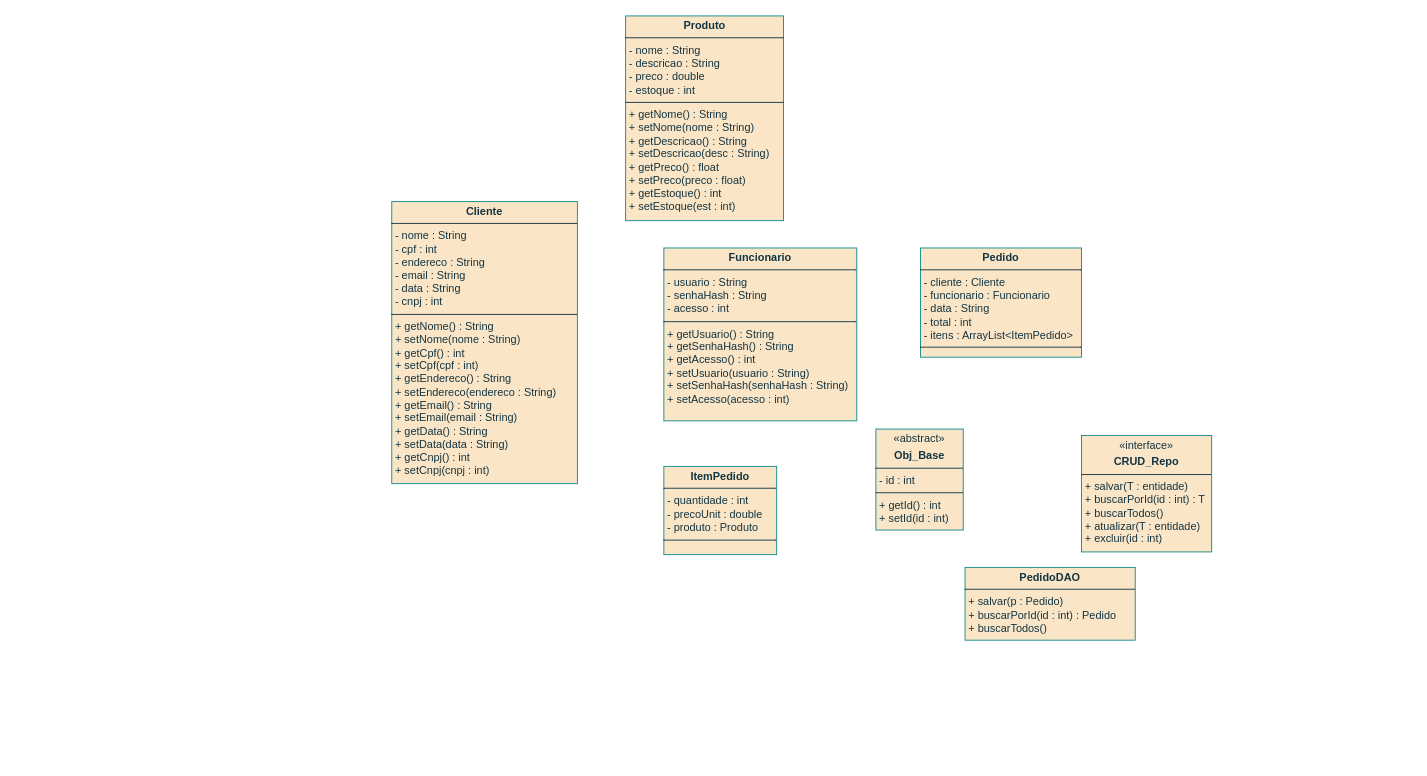
Earlier version of the draw.io diagram Umbrello_UML/Diagrama_classes.drawio (Kerlon-HSR/SystemDeploy_ISA). Source tidied: cells renumbered, new cells numbered last; positions are measured from the earlier drawing's top-left corner, leaving out a move shared by most shapes. Both pictures are drawn from the tidied source at 91%, with x=0, y=0 at pixel (391, 15).
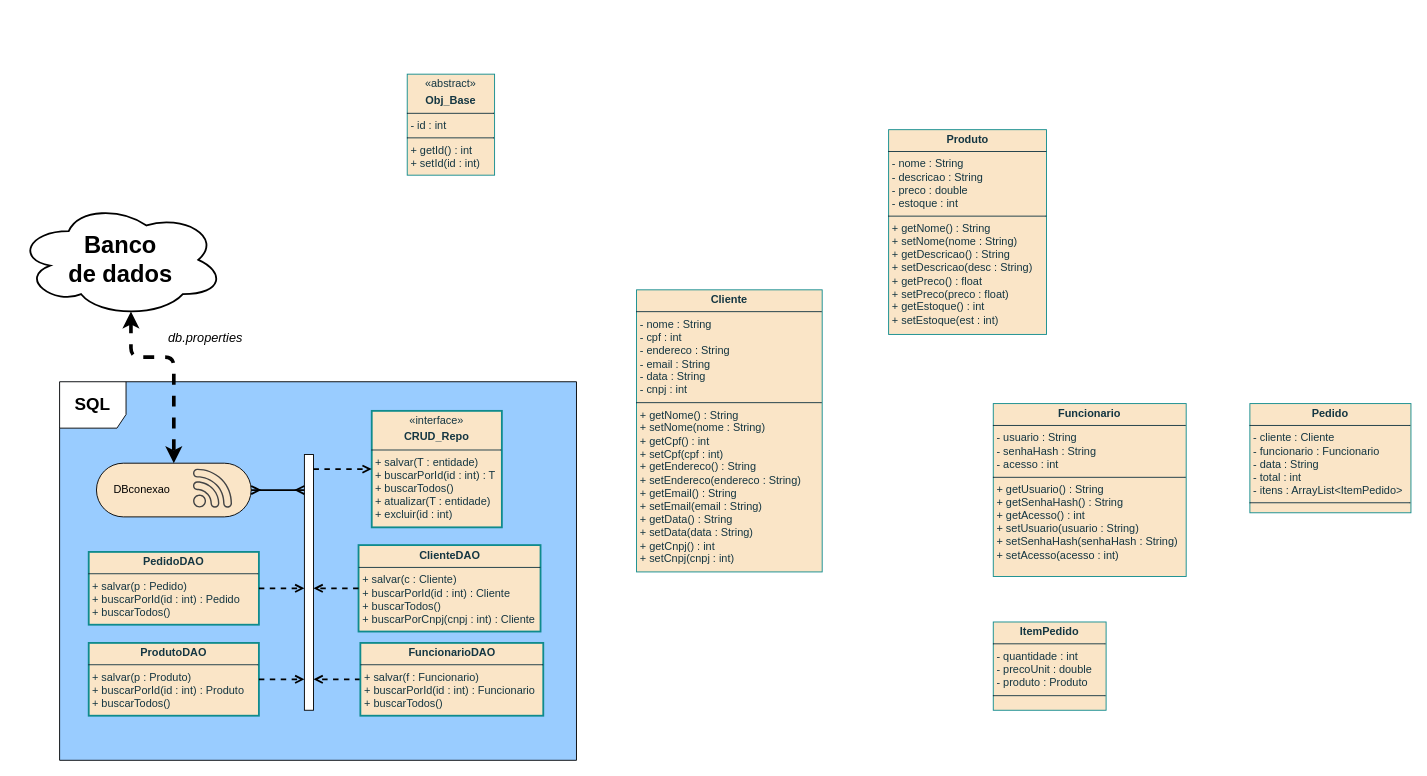
The same diagram, later.

The edit, as a diff of the source:
```diff
@@
+    <mxCell id="10" value="&lt;font style=&quot;font-size: 19px;&quot;&gt;&lt;b&gt;SQL&lt;/b&gt;&lt;/font&gt;" style="shape=umlFrame;whiteSpace=wrap;html=1;width=73;height=51;fillColor=default;gradientColor=none;swimlaneFillColor=#99CCFF;" parent="1" vertex="1">
+      <mxGeometry x="-365" y="402" width="568" height="416" as="geometry" />
+    </mxCell>
     <mxCell id="2" value="&lt;p style=&quot;margin:0px;margin-top:4px;text-align:center;&quot;&gt;&lt;b style=&quot;&quot;&gt;Funcionario&lt;/b&gt;&lt;/p&gt;&lt;hr size=&quot;1&quot; style=&quot;border-style:solid;&quot;&gt;&lt;div style=&quot;color: rgb(0, 0, 0);&quot;&gt;&lt;p style=&quot;margin: 0px 0px 0px 4px; color: rgb(20, 54, 66);&quot;&gt;- usuario : String&lt;/p&gt;&lt;p style=&quot;margin: 0px 0px 0px 4px; color: rgb(20, 54, 66);&quot;&gt;- senhaHash : String&lt;/p&gt;&lt;p style=&quot;margin: 0px 0px 0px 4px; color: rgb(20, 54, 66);&quot;&gt;- acesso : int&lt;/p&gt;&lt;/div&gt;&lt;hr size=&quot;1&quot; style=&quot;border-style:solid;&quot;&gt;&lt;p style=&quot;margin:0px;margin-left:4px;&quot;&gt;+ getUsuario() : String&lt;/p&gt;&lt;p style=&quot;margin:0px;margin-left:4px;&quot;&gt;+ getSenhaHash() : String&lt;/p&gt;&lt;p style=&quot;margin:0px;margin-left:4px;&quot;&gt;+ getAcesso() : int&lt;/p&gt;&lt;p style=&quot;margin:0px;margin-left:4px;&quot;&gt;+ setUsuario(usuario : String)&lt;/p&gt;&lt;p style=&quot;margin:0px;margin-left:4px;&quot;&gt;+ setSenhaHash(senhaHash : String)&lt;/p&gt;&lt;p style=&quot;margin:0px;margin-left:4px;&quot;&gt;+ setAcesso(acesso : int)&lt;/p&gt;" style="verticalAlign=top;align=left;overflow=fill;html=1;whiteSpace=wrap;strokeColor=#0F8B8D;fontColor=#143642;fillColor=#FAE5C7;" parent="1" vertex="1">
-      <mxGeometry x="299" y="255" width="212" height="190" as="geometry" />
+      <mxGeometry x="661" y="426" width="212" height="190" as="geometry" />
     </mxCell>
     <mxCell id="3" value="&lt;p style=&quot;margin:0px;margin-top:4px;text-align:center;&quot;&gt;&lt;b style=&quot;&quot;&gt;Pedido&lt;/b&gt;&lt;/p&gt;&lt;hr size=&quot;1&quot; style=&quot;border-style:solid;&quot;&gt;&lt;div style=&quot;color: rgb(0, 0, 0);&quot;&gt;&lt;p style=&quot;margin: 0px 0px 0px 4px; color: rgb(20, 54, 66);&quot;&gt;- cliente : Cliente&lt;/p&gt;&lt;p style=&quot;margin: 0px 0px 0px 4px; color: rgb(20, 54, 66);&quot;&gt;- funcionario : Funcionario&lt;/p&gt;&lt;p style=&quot;margin: 0px 0px 0px 4px; color: rgb(20, 54, 66);&quot;&gt;- data : String&lt;/p&gt;&lt;p style=&quot;margin: 0px 0px 0px 4px; color: rgb(20, 54, 66);&quot;&gt;- total : int&lt;/p&gt;&lt;p style=&quot;margin: 0px 0px 0px 4px; color: rgb(20, 54, 66);&quot;&gt;- itens : ArrayList&amp;lt;ItemPedido&amp;gt;&lt;/p&gt;&lt;/div&gt;&lt;hr size=&quot;1&quot; style=&quot;border-style:solid;&quot;&gt;&lt;p style=&quot;margin:0px;margin-left:4px;&quot;&gt;&lt;br&gt;&lt;/p&gt;" style="verticalAlign=top;align=left;overflow=fill;html=1;whiteSpace=wrap;strokeColor=#0F8B8D;fontColor=#143642;fillColor=#FAE5C7;" parent="1" vertex="1">
-      <mxGeometry x="581" y="255" width="177" height="120" as="geometry" />
+      <mxGeometry x="943" y="426" width="177" height="120" as="geometry" />
     </mxCell>
     <mxCell id="4" value="&lt;p style=&quot;margin:0px;margin-top:4px;text-align:center;&quot;&gt;&lt;b style=&quot;&quot;&gt;Cliente&lt;/b&gt;&lt;/p&gt;&lt;hr size=&quot;1&quot; style=&quot;border-style:solid;&quot;&gt;&lt;div style=&quot;color: rgb(0, 0, 0);&quot;&gt;&lt;p style=&quot;margin: 0px 0px 0px 4px; color: rgb(20, 54, 66);&quot;&gt;- nome : String&lt;/p&gt;&lt;p style=&quot;margin: 0px 0px 0px 4px; color: rgb(20, 54, 66);&quot;&gt;- cpf : int&lt;/p&gt;&lt;p style=&quot;margin: 0px 0px 0px 4px; color: rgb(20, 54, 66);&quot;&gt;- endereco : String&lt;/p&gt;&lt;p style=&quot;margin: 0px 0px 0px 4px; color: rgb(20, 54, 66);&quot;&gt;- email : String&lt;/p&gt;&lt;p style=&quot;margin: 0px 0px 0px 4px; color: rgb(20, 54, 66);&quot;&gt;- data : String&lt;/p&gt;&lt;p style=&quot;margin: 0px 0px 0px 4px; color: rgb(20, 54, 66);&quot;&gt;- cnpj : int&lt;/p&gt;&lt;/div&gt;&lt;hr size=&quot;1&quot; style=&quot;border-style:solid;&quot;&gt;&lt;p style=&quot;margin:0px;margin-left:4px;&quot;&gt;+ getNome() : String&amp;nbsp;&lt;/p&gt;&lt;p style=&quot;margin:0px;margin-left:4px;&quot;&gt;+ setNome(nome : String)&lt;/p&gt;&lt;p style=&quot;margin:0px;margin-left:4px;&quot;&gt;+ getCpf() : int&amp;nbsp;&lt;/p&gt;&lt;p style=&quot;margin:0px;margin-left:4px;&quot;&gt;+ setCpf(cpf : int)&lt;/p&gt;&lt;p style=&quot;margin:0px;margin-left:4px;&quot;&gt;+ getEndereco() : String&amp;nbsp;&lt;/p&gt;&lt;p style=&quot;margin:0px;margin-left:4px;&quot;&gt;+ setEndereco(endereco : String)&lt;/p&gt;&lt;p style=&quot;margin:0px;margin-left:4px;&quot;&gt;+ getEmail() : String&amp;nbsp;&lt;/p&gt;&lt;p style=&quot;margin:0px;margin-left:4px;&quot;&gt;+ setEmail(email : String)&lt;/p&gt;&lt;p style=&quot;margin:0px;margin-left:4px;&quot;&gt;+ getData() : String&amp;nbsp;&lt;/p&gt;&lt;p style=&quot;margin:0px;margin-left:4px;&quot;&gt;+ setData(data : String)&lt;/p&gt;&lt;p style=&quot;margin:0px;margin-left:4px;&quot;&gt;+ getCnpj() : int&amp;nbsp;&lt;/p&gt;&lt;p style=&quot;margin:0px;margin-left:4px;&quot;&gt;+ setCnpj(cnpj : int)&lt;/p&gt;" style="verticalAlign=top;align=left;overflow=fill;html=1;whiteSpace=wrap;strokeColor=#0F8B8D;fontColor=#143642;fillColor=#FAE5C7;" parent="1" vertex="1">
-      <mxGeometry y="204" width="204" height="310" as="geometry" />
+      <mxGeometry x="269" y="301" width="204" height="310" as="geometry" />
     </mxCell>
     <mxCell id="5" value="&lt;p style=&quot;margin:0px;margin-top:4px;text-align:center;&quot;&gt;&lt;b style=&quot;&quot;&gt;Produto&lt;/b&gt;&lt;/p&gt;&lt;hr size=&quot;1&quot; style=&quot;border-style:solid;&quot;&gt;&lt;div style=&quot;color: rgb(0, 0, 0);&quot;&gt;&lt;p style=&quot;margin: 0px 0px 0px 4px; color: rgb(20, 54, 66);&quot;&gt;- nome : String&lt;/p&gt;&lt;p style=&quot;margin: 0px 0px 0px 4px; color: rgb(20, 54, 66);&quot;&gt;- descricao : String&lt;/p&gt;&lt;p style=&quot;margin: 0px 0px 0px 4px; color: rgb(20, 54, 66);&quot;&gt;- preco : double&lt;/p&gt;&lt;p style=&quot;margin: 0px 0px 0px 4px; color: rgb(20, 54, 66);&quot;&gt;- estoque : int&lt;/p&gt;&lt;/div&gt;&lt;hr size=&quot;1&quot; style=&quot;border-style:solid;&quot;&gt;&lt;p style=&quot;margin:0px;margin-left:4px;&quot;&gt;+ getNome() : String&amp;nbsp;&lt;/p&gt;&lt;p style=&quot;margin:0px;margin-left:4px;&quot;&gt;+ setNome(nome : String)&lt;/p&gt;&lt;p style=&quot;margin:0px;margin-left:4px;&quot;&gt;+ getDescricao() : String&amp;nbsp;&lt;/p&gt;&lt;p style=&quot;margin:0px;margin-left:4px;&quot;&gt;+ setDescricao(desc : String)&lt;/p&gt;&lt;p style=&quot;margin:0px;margin-left:4px;&quot;&gt;+ getPreco() : float&amp;nbsp;&lt;/p&gt;&lt;p style=&quot;margin:0px;margin-left:4px;&quot;&gt;+ setPreco(preco : float)&lt;/p&gt;&lt;p style=&quot;margin:0px;margin-left:4px;&quot;&gt;+ getEstoque() : int&amp;nbsp;&lt;/p&gt;&lt;p style=&quot;margin:0px;margin-left:4px;&quot;&gt;+ setEstoque(est : int)&lt;/p&gt;" style="verticalAlign=top;align=left;overflow=fill;html=1;whiteSpace=wrap;strokeColor=#0F8B8D;fontColor=#143642;fillColor=#FAE5C7;" parent="1" vertex="1">
-      <mxGeometry x="257" width="173.5" height="225" as="geometry" />
+      <mxGeometry x="546" y="125" width="173.5" height="225" as="geometry" />
     </mxCell>
     <mxCell id="6" value="&lt;p style=&quot;margin:0px;margin-top:4px;text-align:center;&quot;&gt;&lt;b style=&quot;&quot;&gt;ItemPedido&lt;/b&gt;&lt;/p&gt;&lt;hr size=&quot;1&quot; style=&quot;border-style:solid;&quot;&gt;&lt;div style=&quot;color: rgb(0, 0, 0);&quot;&gt;&lt;p style=&quot;margin: 0px 0px 0px 4px; color: rgb(20, 54, 66);&quot;&gt;- quantidade : int&lt;/p&gt;&lt;p style=&quot;margin: 0px 0px 0px 4px; color: rgb(20, 54, 66);&quot;&gt;- precoUnit : double&lt;/p&gt;&lt;p style=&quot;margin: 0px 0px 0px 4px; color: rgb(20, 54, 66);&quot;&gt;- produto : Produto&lt;/p&gt;&lt;/div&gt;&lt;hr size=&quot;1&quot; style=&quot;border-style:solid;&quot;&gt;&lt;p style=&quot;margin:0px;margin-left:4px;&quot;&gt;&lt;br&gt;&lt;/p&gt;" style="verticalAlign=top;align=left;overflow=fill;html=1;whiteSpace=wrap;strokeColor=#0F8B8D;fontColor=#143642;fillColor=#FAE5C7;" parent="1" vertex="1">
-      <mxGeometry x="299" y="495" width="124" height="97" as="geometry" />
+      <mxGeometry x="661" y="666" width="124" height="97" as="geometry" />
     </mxCell>
     <mxCell id="7" value="&lt;p style=&quot;margin:0px;margin-top:4px;text-align:center;&quot;&gt;«abstract»&lt;/p&gt;&lt;p style=&quot;margin:0px;margin-top:4px;text-align:center;&quot;&gt;&lt;b style=&quot;&quot;&gt;Obj_Base&lt;/b&gt;&lt;/p&gt;&lt;hr size=&quot;1&quot; style=&quot;border-style:solid;&quot;&gt;&lt;div style=&quot;color: rgb(0, 0, 0);&quot;&gt;&lt;p style=&quot;margin: 0px 0px 0px 4px; color: rgb(20, 54, 66);&quot;&gt;- id : int&lt;/p&gt;&lt;/div&gt;&lt;hr size=&quot;1&quot; style=&quot;border-style:solid;&quot;&gt;&lt;p style=&quot;margin:0px;margin-left:4px;&quot;&gt;+ getId() : int&lt;/p&gt;&lt;p style=&quot;margin:0px;margin-left:4px;&quot;&gt;+ setId(id : int)&lt;/p&gt;" style="verticalAlign=top;align=left;overflow=fill;html=1;whiteSpace=wrap;strokeColor=#0F8B8D;fontColor=#143642;fillColor=#FAE5C7;" parent="1" vertex="1">
-      <mxGeometry x="532" y="454" width="96" height="111" as="geometry" />
+      <mxGeometry x="17" y="64" width="96" height="111" as="geometry" />
     </mxCell>
-    <mxCell id="8" value="&lt;p style=&quot;margin:0px;margin-top:4px;text-align:center;&quot;&gt;«interface»&lt;/p&gt;&lt;p style=&quot;margin:0px;margin-top:4px;text-align:center;&quot;&gt;&lt;b style=&quot;&quot;&gt;CRUD_Repo&lt;/b&gt;&lt;/p&gt;&lt;hr size=&quot;1&quot; style=&quot;border-style:solid;&quot;&gt;&lt;div style=&quot;color: rgb(0, 0, 0);&quot;&gt;&lt;p style=&quot;margin: 0px 0px 0px 4px; color: rgb(20, 54, 66);&quot;&gt;+ salvar(T : entidade)&lt;/p&gt;&lt;p style=&quot;margin: 0px 0px 0px 4px; color: rgb(20, 54, 66);&quot;&gt;+ buscarPorId(id : int) : T&lt;/p&gt;&lt;p style=&quot;margin: 0px 0px 0px 4px; color: rgb(20, 54, 66);&quot;&gt;+ buscarTodos()&lt;/p&gt;&lt;p style=&quot;margin: 0px 0px 0px 4px; color: rgb(20, 54, 66);&quot;&gt;+ atualizar(T : entidade)&lt;/p&gt;&lt;p style=&quot;margin: 0px 0px 0px 4px; color: rgb(20, 54, 66);&quot;&gt;+ excluir(id : int)&lt;/p&gt;&lt;/div&gt;" style="verticalAlign=top;align=left;overflow=fill;html=1;whiteSpace=wrap;strokeColor=#0F8B8D;fontColor=#143642;fillColor=#FAE5C7;" parent="1" vertex="1">
-      <mxGeometry x="758" y="461" width="143" height="128" as="geometry" />
+    <mxCell id="8" value="&lt;p style=&quot;margin:0px;margin-top:4px;text-align:center;&quot;&gt;«interface»&lt;/p&gt;&lt;p style=&quot;margin:0px;margin-top:4px;text-align:center;&quot;&gt;&lt;b style=&quot;&quot;&gt;CRUD_Repo&lt;/b&gt;&lt;/p&gt;&lt;hr size=&quot;1&quot; style=&quot;border-style:solid;&quot;&gt;&lt;div style=&quot;color: rgb(0, 0, 0);&quot;&gt;&lt;p style=&quot;margin: 0px 0px 0px 4px; color: rgb(20, 54, 66);&quot;&gt;+ salvar(T : entidade)&lt;/p&gt;&lt;p style=&quot;margin: 0px 0px 0px 4px; color: rgb(20, 54, 66);&quot;&gt;+ buscarPorId(id : int) : T&lt;/p&gt;&lt;p style=&quot;margin: 0px 0px 0px 4px; color: rgb(20, 54, 66);&quot;&gt;+ buscarTodos()&lt;/p&gt;&lt;p style=&quot;margin: 0px 0px 0px 4px; color: rgb(20, 54, 66);&quot;&gt;+ atualizar(T : entidade)&lt;/p&gt;&lt;p style=&quot;margin: 0px 0px 0px 4px; color: rgb(20, 54, 66);&quot;&gt;+ excluir(id : int)&lt;/p&gt;&lt;/div&gt;" style="verticalAlign=top;align=left;overflow=fill;html=1;whiteSpace=wrap;strokeColor=#0F8B8D;fontColor=#143642;fillColor=#FAE5C7;strokeWidth=2;" parent="1" vertex="1">
+      <mxGeometry x="-22" y="434" width="143" height="128" as="geometry" />
     </mxCell>
-    <mxCell id="9" value="&lt;p style=&quot;margin:0px;margin-top:4px;text-align:center;&quot;&gt;&lt;b style=&quot;background-color: transparent; color: light-dark(rgb(20, 54, 66), rgb(173, 202, 213));&quot;&gt;PedidoDAO&lt;/b&gt;&lt;/p&gt;&lt;hr size=&quot;1&quot; style=&quot;border-style:solid;&quot;&gt;&lt;div style=&quot;color: rgb(0, 0, 0);&quot;&gt;&lt;p style=&quot;margin: 0px 0px 0px 4px; color: rgb(20, 54, 66);&quot;&gt;+ salvar(p : Pedido)&amp;nbsp;&lt;/p&gt;&lt;p style=&quot;margin: 0px 0px 0px 4px; color: rgb(20, 54, 66);&quot;&gt;+ buscarPorId(id : int) : Pedido&amp;nbsp;&lt;/p&gt;&lt;p style=&quot;margin: 0px 0px 0px 4px; color: rgb(20, 54, 66);&quot;&gt;+ buscarTodos()&lt;/p&gt;&lt;/div&gt;" style="verticalAlign=top;align=left;overflow=fill;html=1;whiteSpace=wrap;strokeColor=#0F8B8D;fontColor=#143642;fillColor=#FAE5C7;" parent="1" vertex="1">
-      <mxGeometry x="630" y="606" width="187" height="80" as="geometry" />
+    <mxCell id="9" value="&lt;p style=&quot;margin:0px;margin-top:4px;text-align:center;&quot;&gt;&lt;b style=&quot;background-color: transparent; color: light-dark(rgb(20, 54, 66), rgb(173, 202, 213));&quot;&gt;PedidoDAO&lt;/b&gt;&lt;/p&gt;&lt;hr size=&quot;1&quot; style=&quot;border-style:solid;&quot;&gt;&lt;div style=&quot;color: rgb(0, 0, 0);&quot;&gt;&lt;p style=&quot;margin: 0px 0px 0px 4px; color: rgb(20, 54, 66);&quot;&gt;+ salvar(p : Pedido)&amp;nbsp;&lt;/p&gt;&lt;p style=&quot;margin: 0px 0px 0px 4px; color: rgb(20, 54, 66);&quot;&gt;+ buscarPorId(id : int) : Pedido&amp;nbsp;&lt;/p&gt;&lt;p style=&quot;margin: 0px 0px 0px 4px; color: rgb(20, 54, 66);&quot;&gt;+ buscarTodos()&lt;/p&gt;&lt;/div&gt;" style="verticalAlign=top;align=left;overflow=fill;html=1;whiteSpace=wrap;strokeColor=#0F8B8D;fontColor=#143642;fillColor=#FAE5C7;strokeWidth=2;" parent="1" vertex="1">
+      <mxGeometry x="-333" y="589" width="187" height="80" as="geometry" />
     </mxCell>
+    <mxCell id="11" value="&lt;p style=&quot;margin:0px;margin-top:4px;text-align:center;&quot;&gt;&lt;b style=&quot;background-color: transparent; color: light-dark(rgb(20, 54, 66), rgb(173, 202, 213));&quot;&gt;ClienteDAO&lt;/b&gt;&lt;/p&gt;&lt;hr size=&quot;1&quot; style=&quot;border-style:solid;&quot;&gt;&lt;div style=&quot;color: rgb(0, 0, 0);&quot;&gt;&lt;p style=&quot;margin: 0px 0px 0px 4px; color: rgb(20, 54, 66);&quot;&gt;+ salvar(c : Cliente)&amp;nbsp;&lt;/p&gt;&lt;p style=&quot;margin: 0px 0px 0px 4px; color: rgb(20, 54, 66);&quot;&gt;+ buscarPorId(id : int) : Cliente&amp;nbsp;&lt;/p&gt;&lt;p style=&quot;margin: 0px 0px 0px 4px; color: rgb(20, 54, 66);&quot;&gt;+ buscarTodos()&amp;nbsp;&lt;/p&gt;&lt;p style=&quot;margin: 0px 0px 0px 4px; color: rgb(20, 54, 66);&quot;&gt;+ buscarPorCnpj(cnpj : int) : Cliente&lt;/p&gt;&lt;/div&gt;" style="verticalAlign=top;align=left;overflow=fill;html=1;whiteSpace=wrap;strokeColor=#0F8B8D;fontColor=#143642;fillColor=#FAE5C7;strokeWidth=2;" parent="1" vertex="1">
+      <mxGeometry x="-36.5" y="581.5" width="200" height="95" as="geometry" />
+    </mxCell>
+    <mxCell id="12" value="&lt;p style=&quot;margin:0px;margin-top:4px;text-align:center;&quot;&gt;&lt;b style=&quot;background-color: transparent; color: light-dark(rgb(20, 54, 66), rgb(173, 202, 213));&quot;&gt;ProdutoDAO&lt;/b&gt;&lt;/p&gt;&lt;hr size=&quot;1&quot; style=&quot;border-style:solid;&quot;&gt;&lt;div style=&quot;color: rgb(0, 0, 0);&quot;&gt;&lt;p style=&quot;margin: 0px 0px 0px 4px; color: rgb(20, 54, 66);&quot;&gt;+ salvar(p : Produto)&amp;nbsp;&lt;/p&gt;&lt;p style=&quot;margin: 0px 0px 0px 4px; color: rgb(20, 54, 66);&quot;&gt;+ buscarPorId(id : int) : Produto&amp;nbsp;&lt;/p&gt;&lt;p style=&quot;margin: 0px 0px 0px 4px; color: rgb(20, 54, 66);&quot;&gt;+ buscarTodos()&lt;/p&gt;&lt;/div&gt;" style="verticalAlign=top;align=left;overflow=fill;html=1;whiteSpace=wrap;strokeColor=#0F8B8D;fontColor=#143642;fillColor=#FAE5C7;strokeWidth=2;" parent="1" vertex="1">
+      <mxGeometry x="-333" y="689" width="187" height="80" as="geometry" />
+    </mxCell>
+    <mxCell id="13" style="rounded=0;jettySize=auto;html=1;exitX=0;exitY=0.5;exitDx=0;exitDy=0;dashed=1;endArrow=open;endFill=0;strokeWidth=2;" parent="1" edge="1" source="14" target="20">
+      <mxGeometry relative="1" as="geometry" />
+    </mxCell>
+    <mxCell id="14" value="&lt;p style=&quot;margin:0px;margin-top:4px;text-align:center;&quot;&gt;&lt;b style=&quot;background-color: transparent; color: light-dark(rgb(20, 54, 66), rgb(173, 202, 213));&quot;&gt;FuncionarioDAO&lt;/b&gt;&lt;/p&gt;&lt;hr size=&quot;1&quot; style=&quot;border-style:solid;&quot;&gt;&lt;div style=&quot;color: rgb(0, 0, 0);&quot;&gt;&lt;p style=&quot;margin: 0px 0px 0px 4px; color: rgb(20, 54, 66);&quot;&gt;+ salvar(f : Funcionario)&amp;nbsp;&lt;/p&gt;&lt;p style=&quot;margin: 0px 0px 0px 4px; color: rgb(20, 54, 66);&quot;&gt;+ buscarPorId(id : int) : Funcionario&lt;/p&gt;&lt;p style=&quot;margin: 0px 0px 0px 4px; color: rgb(20, 54, 66);&quot;&gt;+ buscarTodos()&lt;/p&gt;&lt;/div&gt;" style="verticalAlign=top;align=left;overflow=fill;html=1;whiteSpace=wrap;strokeColor=#0F8B8D;fontColor=#143642;fillColor=#FAE5C7;strokeWidth=2;" parent="1" vertex="1">
+      <mxGeometry x="-34.5" y="689" width="201" height="80" as="geometry" />
+    </mxCell>
+    <mxCell id="15" style="group;" parent="1" vertex="1">
+      <mxGeometry x="-324.5" y="491.5" width="170" height="59" as="geometry" />
+    </mxCell>
+    <mxCell id="16" value="&lt;span style=&quot;&quot;&gt;&amp;nbsp; &amp;nbsp; &amp;nbsp;DBconexao&lt;/span&gt;" style="html=1;align=left;verticalAlign=middle;rounded=1;absoluteArcSize=1;arcSize=76;dashed=0;whiteSpace=wrap;fillColor=light-dark(#fae5c7, #5a3008);" parent="15" vertex="1">
+      <mxGeometry width="170" height="59" as="geometry" />
+    </mxCell>
+    <mxCell id="17" style="shadow=0;dashed=0;html=1;strokeColor=none;fillColor=#434445;labelPosition=center;verticalLabelPosition=bottom;verticalAlign=top;align=center;shape=mxgraph.vvd.wi_fi;strokeWidth=1;" parent="15" vertex="1">
+      <mxGeometry x="106" y="6" width="43" height="43" as="geometry" />
+    </mxCell>
+    <mxCell id="18" style="edgeStyle=elbowEdgeStyle;rounded=1;jettySize=auto;html=1;exitX=0.55;exitY=0.95;exitDx=0;exitDy=0;exitPerimeter=0;startArrow=classic;startFill=1;strokeWidth=4;elbow=vertical;dashed=1;curved=0;entryX=0.5;entryY=0;entryDx=0;entryDy=0;" parent="1" edge="1" source="19" target="16">
+      <mxGeometry relative="1" as="geometry">
+        <Array as="points">
+          <mxPoint x="-229" y="375" />
+        </Array>
+      </mxGeometry>
+    </mxCell>
+    <mxCell id="19" value="&lt;h2&gt;&lt;font style=&quot;font-size: 26px;&quot;&gt;Banco&lt;br&gt;&lt;/font&gt;&lt;font style=&quot;font-size: 26px;&quot;&gt;de dados&lt;/font&gt;&lt;/h2&gt;" style="ellipse;shape=cloud;html=1;whiteSpace=wrap;spacing=2;spacingTop=0;spacingLeft=0;strokeWidth=2;" parent="1" vertex="1">
+      <mxGeometry x="-412" y="205" width="228" height="126" as="geometry" />
+    </mxCell>
+    <mxCell id="20" style="html=1;points=[[0,0,0,0,5],[0,1,0,0,-5],[1,0,0,0,5],[1,1,0,0,-5]];perimeter=orthogonalPerimeter;outlineConnect=0;targetShapes=umlLifeline;portConstraint=eastwest;newEdgeStyle={&quot;curved&quot;:0,&quot;rounded&quot;:0};" parent="1" vertex="1">
+      <mxGeometry x="-96" y="482" width="10" height="281" as="geometry" />
+    </mxCell>
+    <mxCell id="21" style="rounded=0;jettySize=auto;html=1;exitX=0;exitY=0.5;exitDx=0;exitDy=0;dashed=1;endArrow=open;endFill=0;strokeWidth=2;" parent="1" edge="1" source="11" target="20">
+      <mxGeometry relative="1" as="geometry" />
+    </mxCell>
+    <mxCell id="22" style="rounded=0;jettySize=auto;html=1;exitX=1;exitY=0.5;exitDx=0;exitDy=0;dashed=1;endArrow=open;endFill=0;strokeWidth=2;" parent="1" edge="1" source="9" target="20">
+      <mxGeometry relative="1" as="geometry" />
+    </mxCell>
+    <mxCell id="23" style="rounded=0;jettySize=auto;html=1;dashed=1;endArrow=open;endFill=0;exitX=1;exitY=0.5;exitDx=0;exitDy=0;strokeWidth=2;" parent="1" edge="1" source="12" target="20">
+      <mxGeometry relative="1" as="geometry" />
+    </mxCell>
+    <mxCell id="24" style="rounded=0;jettySize=auto;html=1;dashed=1;endArrow=open;endFill=0;entryX=0;entryY=0.5;entryDx=0;entryDy=0;strokeWidth=2;" parent="1" edge="1" source="20" target="8">
+      <mxGeometry relative="1" as="geometry" />
+    </mxCell>
+    <mxCell id="25" value="db.properties" style="text;html=1;whiteSpace=wrap;strokeColor=none;fillColor=none;align=center;verticalAlign=middle;rounded=0;fontSize=14;fontStyle=2;" parent="1" vertex="1">
+      <mxGeometry x="-241" y="342" width="73" height="23" as="geometry" />
+    </mxCell>
+    <mxCell id="26" style="rounded=0;jettySize=auto;html=1;exitX=1;exitY=0.5;exitDx=0;exitDy=0;endArrow=ERmany;endFill=0;startArrow=ERmany;startFill=0;strokeWidth=2;" parent="1" edge="1" source="16" target="20">
+      <mxGeometry relative="1" as="geometry" />
+    </mxCell>
```
